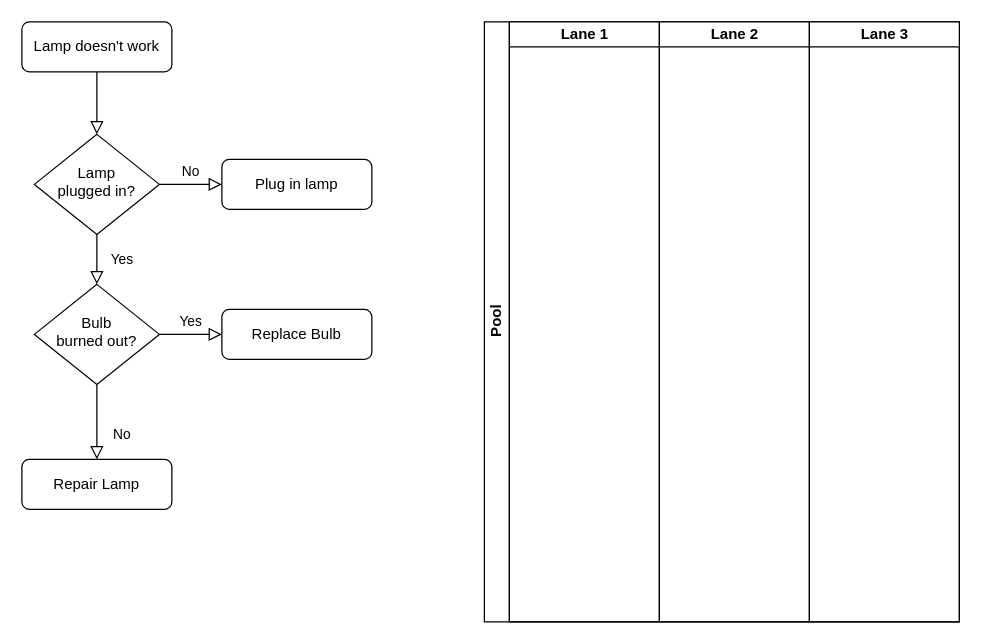
Above: Untitled Diagram.drawio in hi-clyoo/flow-chart (draw.io), before the change. Source tidied: cells renumbered, new cells numbered last; positions are measured from the earlier drawing's top-left corner, leaving out a move shared by most shapes. Both pictures are drawn from the tidied source at 125%, with x=0, y=0 at pixel (21, 21).
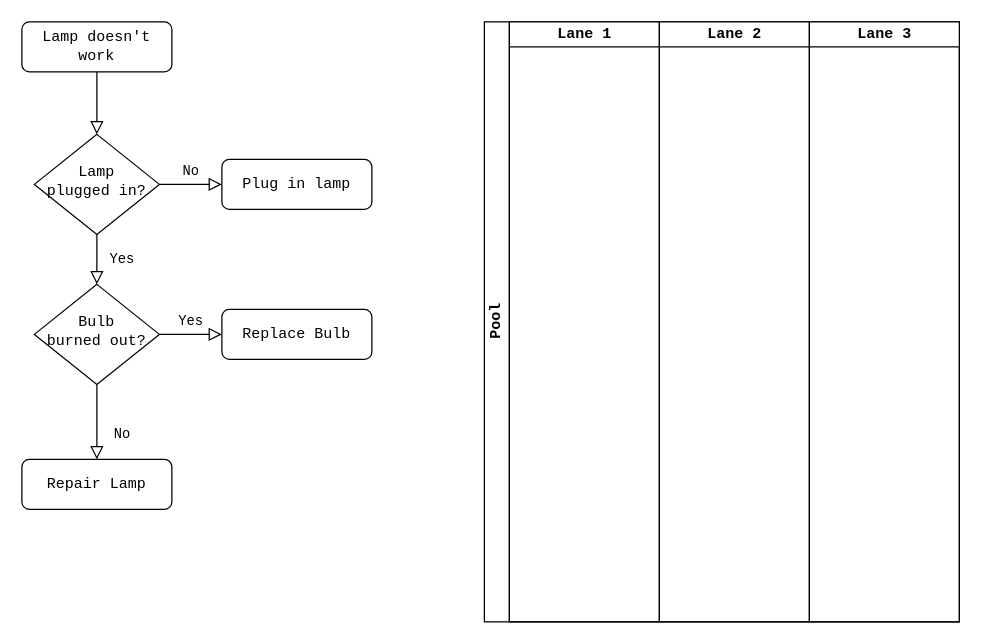
The same page after the edit.

Change to the diagram source:
```diff
@@
 <mxGraphModel>
   <root>
     <mxCell id="0" />
     <mxCell id="1" parent="0" />
-    <mxCell id="2" style="rounded=0;html=1;jettySize=auto;fontSize=11;endArrow=block;endFill=0;endSize=8;strokeWidth=1;shadow=0;labelBackgroundColor=none;edgeStyle=orthogonalEdgeStyle;" parent="1" edge="1" source="3" target="6">
+    <mxCell id="2" style="rounded=0;html=1;jettySize=auto;fontSize=11;endArrow=block;endFill=0;endSize=8;strokeWidth=1;shadow=0;labelBackgroundColor=none;edgeStyle=orthogonalEdgeStyle;fontFamily=Courier New;" parent="1" edge="1" source="3" target="6">
       <mxGeometry relative="1" as="geometry" />
     </mxCell>
-    <mxCell id="3" value="Lamp doesn't work" style="rounded=1;whiteSpace=wrap;html=1;fontSize=12;glass=0;strokeWidth=1;shadow=0;" parent="1" vertex="1">
+    <mxCell id="3" value="Lamp doesn't work" style="rounded=1;whiteSpace=wrap;html=1;fontSize=12;glass=0;strokeWidth=1;shadow=0;fontFamily=Courier New;" parent="1" vertex="1">
       <mxGeometry width="120" height="40" as="geometry" />
     </mxCell>
-    <mxCell id="4" value="Yes" style="rounded=0;html=1;jettySize=auto;fontSize=11;endArrow=block;endFill=0;endSize=8;strokeWidth=1;shadow=0;labelBackgroundColor=none;edgeStyle=orthogonalEdgeStyle;" parent="1" edge="1" source="6" target="10">
+    <mxCell id="4" value="Yes" style="rounded=0;html=1;jettySize=auto;fontSize=11;endArrow=block;endFill=0;endSize=8;strokeWidth=1;shadow=0;labelBackgroundColor=none;edgeStyle=orthogonalEdgeStyle;fontFamily=Courier New;" parent="1" edge="1" source="6" target="10">
       <mxGeometry y="20" relative="1" as="geometry" />
     </mxCell>
-    <mxCell id="5" value="No" style="edgeStyle=orthogonalEdgeStyle;rounded=0;html=1;jettySize=auto;fontSize=11;endArrow=block;endFill=0;endSize=8;strokeWidth=1;shadow=0;labelBackgroundColor=none;" parent="1" edge="1" source="6" target="7">
+    <mxCell id="5" value="No" style="edgeStyle=orthogonalEdgeStyle;rounded=0;html=1;jettySize=auto;fontSize=11;endArrow=block;endFill=0;endSize=8;strokeWidth=1;shadow=0;labelBackgroundColor=none;fontFamily=Courier New;" parent="1" edge="1" source="6" target="7">
       <mxGeometry y="10" relative="1" as="geometry" />
     </mxCell>
-    <mxCell id="6" value="Lamp&lt;br&gt;plugged in?" style="rhombus;whiteSpace=wrap;html=1;shadow=0;fontFamily=Helvetica;fontSize=12;align=center;strokeWidth=1;spacing=6;spacingTop=-4;" parent="1" vertex="1">
+    <mxCell id="6" value="Lamp&lt;br&gt;plugged in?" style="rhombus;whiteSpace=wrap;html=1;shadow=0;fontFamily=Courier New;fontSize=12;align=center;strokeWidth=1;spacing=6;spacingTop=-4;" parent="1" vertex="1">
       <mxGeometry x="10" y="90" width="100" height="80" as="geometry" />
     </mxCell>
-    <mxCell id="7" value="Plug in lamp" style="rounded=1;whiteSpace=wrap;html=1;fontSize=12;glass=0;strokeWidth=1;shadow=0;" parent="1" vertex="1">
+    <mxCell id="7" value="Plug in lamp" style="rounded=1;whiteSpace=wrap;html=1;fontSize=12;glass=0;strokeWidth=1;shadow=0;fontFamily=Courier New;" parent="1" vertex="1">
       <mxGeometry x="160" y="110" width="120" height="40" as="geometry" />
     </mxCell>
-    <mxCell id="8" value="No" style="rounded=0;html=1;jettySize=auto;fontSize=11;endArrow=block;endFill=0;endSize=8;strokeWidth=1;shadow=0;labelBackgroundColor=none;edgeStyle=orthogonalEdgeStyle;" parent="1" edge="1" source="10" target="11">
+    <mxCell id="8" value="No" style="rounded=0;html=1;jettySize=auto;fontSize=11;endArrow=block;endFill=0;endSize=8;strokeWidth=1;shadow=0;labelBackgroundColor=none;edgeStyle=orthogonalEdgeStyle;fontFamily=Courier New;" parent="1" edge="1" source="10" target="11">
       <mxGeometry x="0.33" y="20" relative="1" as="geometry" />
     </mxCell>
-    <mxCell id="9" value="Yes" style="edgeStyle=orthogonalEdgeStyle;rounded=0;html=1;jettySize=auto;fontSize=11;endArrow=block;endFill=0;endSize=8;strokeWidth=1;shadow=0;labelBackgroundColor=none;" parent="1" edge="1" source="10" target="12">
+    <mxCell id="9" value="Yes" style="edgeStyle=orthogonalEdgeStyle;rounded=0;html=1;jettySize=auto;fontSize=11;endArrow=block;endFill=0;endSize=8;strokeWidth=1;shadow=0;labelBackgroundColor=none;fontFamily=Courier New;" parent="1" edge="1" source="10" target="12">
       <mxGeometry y="10" relative="1" as="geometry" />
     </mxCell>
-    <mxCell id="10" value="Bulb&lt;br&gt;burned out?" style="rhombus;whiteSpace=wrap;html=1;shadow=0;fontFamily=Helvetica;fontSize=12;align=center;strokeWidth=1;spacing=6;spacingTop=-4;" parent="1" vertex="1">
+    <mxCell id="10" value="Bulb&lt;br&gt;burned out?" style="rhombus;whiteSpace=wrap;html=1;shadow=0;fontFamily=Courier New;fontSize=12;align=center;strokeWidth=1;spacing=6;spacingTop=-4;" parent="1" vertex="1">
       <mxGeometry x="10" y="210" width="100" height="80" as="geometry" />
     </mxCell>
-    <mxCell id="11" value="Repair Lamp" style="rounded=1;whiteSpace=wrap;html=1;fontSize=12;glass=0;strokeWidth=1;shadow=0;" parent="1" vertex="1">
+    <mxCell id="11" value="Repair Lamp" style="rounded=1;whiteSpace=wrap;html=1;fontSize=12;glass=0;strokeWidth=1;shadow=0;fontFamily=Courier New;" parent="1" vertex="1">
       <mxGeometry y="350" width="120" height="40" as="geometry" />
     </mxCell>
-    <mxCell id="12" value="Replace Bulb" style="rounded=1;whiteSpace=wrap;html=1;fontSize=12;glass=0;strokeWidth=1;shadow=0;" parent="1" vertex="1">
+    <mxCell id="12" value="Replace Bulb" style="rounded=1;whiteSpace=wrap;html=1;fontSize=12;glass=0;strokeWidth=1;shadow=0;fontFamily=Courier New;" parent="1" vertex="1">
       <mxGeometry x="160" y="230" width="120" height="40" as="geometry" />
     </mxCell>
-    <mxCell id="13" value="Pool" style="swimlane;html=1;startSize=20;horizontal=0;" parent="1" vertex="1">
+    <mxCell id="13" value="Pool" style="swimlane;html=1;startSize=20;horizontal=0;fontFamily=Courier New;" parent="1" vertex="1">
       <mxGeometry x="370" width="380" height="480" as="geometry" />
     </mxCell>
-    <mxCell id="14" value="Lane 1" style="swimlane;html=1;startSize=20;" parent="13" vertex="1">
+    <mxCell id="14" value="Lane 1" style="swimlane;html=1;startSize=20;fontFamily=Courier New;" parent="13" vertex="1">
       <mxGeometry x="20" width="120" height="480" as="geometry" />
     </mxCell>
-    <mxCell id="15" value="Lane 2" style="swimlane;html=1;startSize=20;" parent="13" vertex="1">
+    <mxCell id="15" value="Lane 2" style="swimlane;html=1;startSize=20;fontFamily=Courier New;" parent="13" vertex="1">
       <mxGeometry x="140" width="120" height="480" as="geometry" />
     </mxCell>
-    <mxCell id="16" value="Lane 3" style="swimlane;html=1;startSize=20;" parent="13" vertex="1">
+    <mxCell id="16" value="Lane 3" style="swimlane;html=1;startSize=20;fontFamily=Courier New;" parent="13" vertex="1">
       <mxGeometry x="260" width="120" height="480" as="geometry" />
     </mxCell>
   </root>
 </mxGraphModel>
```
